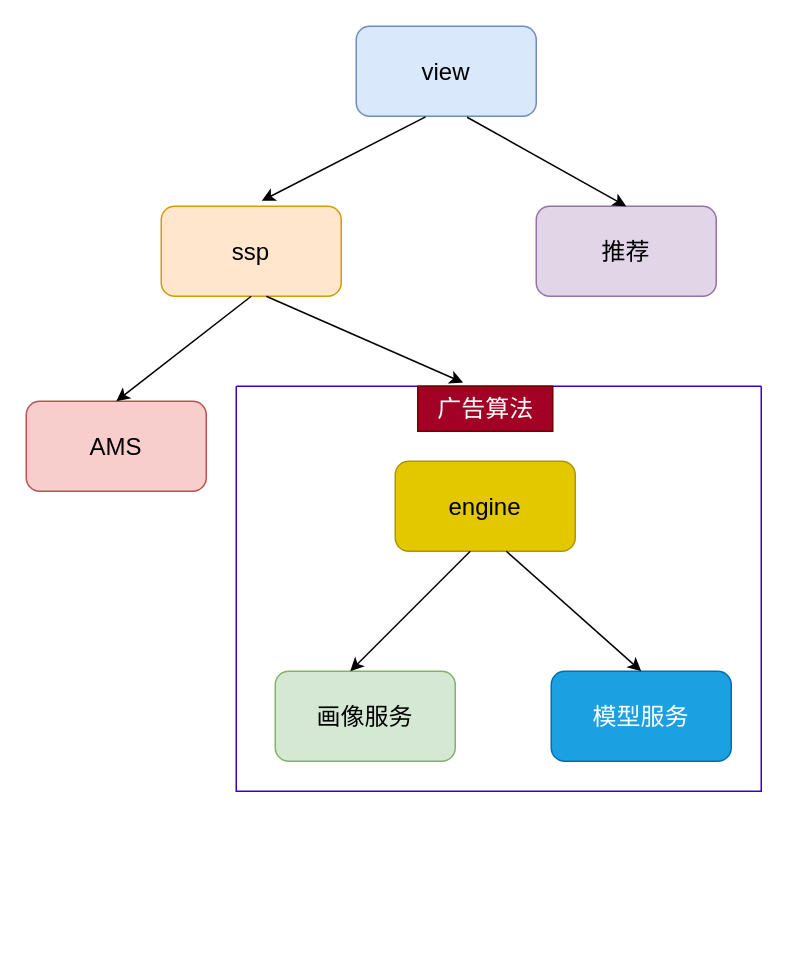
This is engineering/画像获取.drawio from gydong/graphs, a draw.io file, before an edit. Source tidied: cells renumbered, new cells numbered last; positions are measured from the earlier drawing's top-left corner, leaving out a move shared by most shapes. Both pictures are drawn from the tidied source at 150%, with x=0, y=0 at pixel (26, 26).
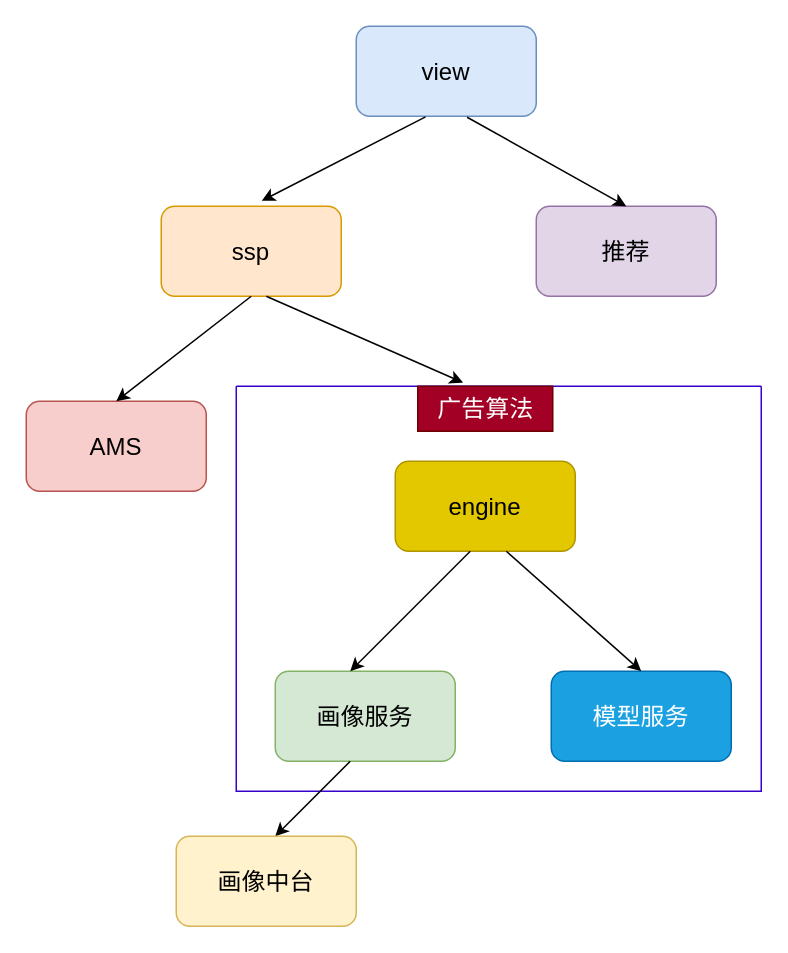
After the change.

Commit message:
更新画像获取.drawio

The change refers to these unchanged cells:
```xml
<mxCell id="11" style="swimlane;startSize=0;fontSize=16;fillColor=#6a00ff;fontColor=#ffffff;strokeColor=#3700CC;" parent="10" vertex="1">
  <mxGeometry x="-20" width="350" height="270" as="geometry" />
</mxCell>
```

Change to the diagram source:
```diff
@@
+    <mxCell id="18" style="endArrow=classic;html=1;rounded=0;" parent="11" edge="1">
+      <mxGeometry relative="1" as="geometry">
+        <mxPoint x="76" y="250" as="sourcePoint" />
+        <mxPoint x="26" y="300" as="targetPoint" />
+      </mxGeometry>
+    </mxCell>
+    <mxCell id="19" value="&lt;font style=&quot;font-size: 16px;&quot;&gt;画像中台&lt;/font&gt;" style="rounded=1;whiteSpace=wrap;html=1;fillColor=#fff2cc;strokeColor=#d6b656;" parent="1" vertex="1">
+      <mxGeometry x="100" y="540" width="120" height="60" as="geometry" />
+    </mxCell>
```
